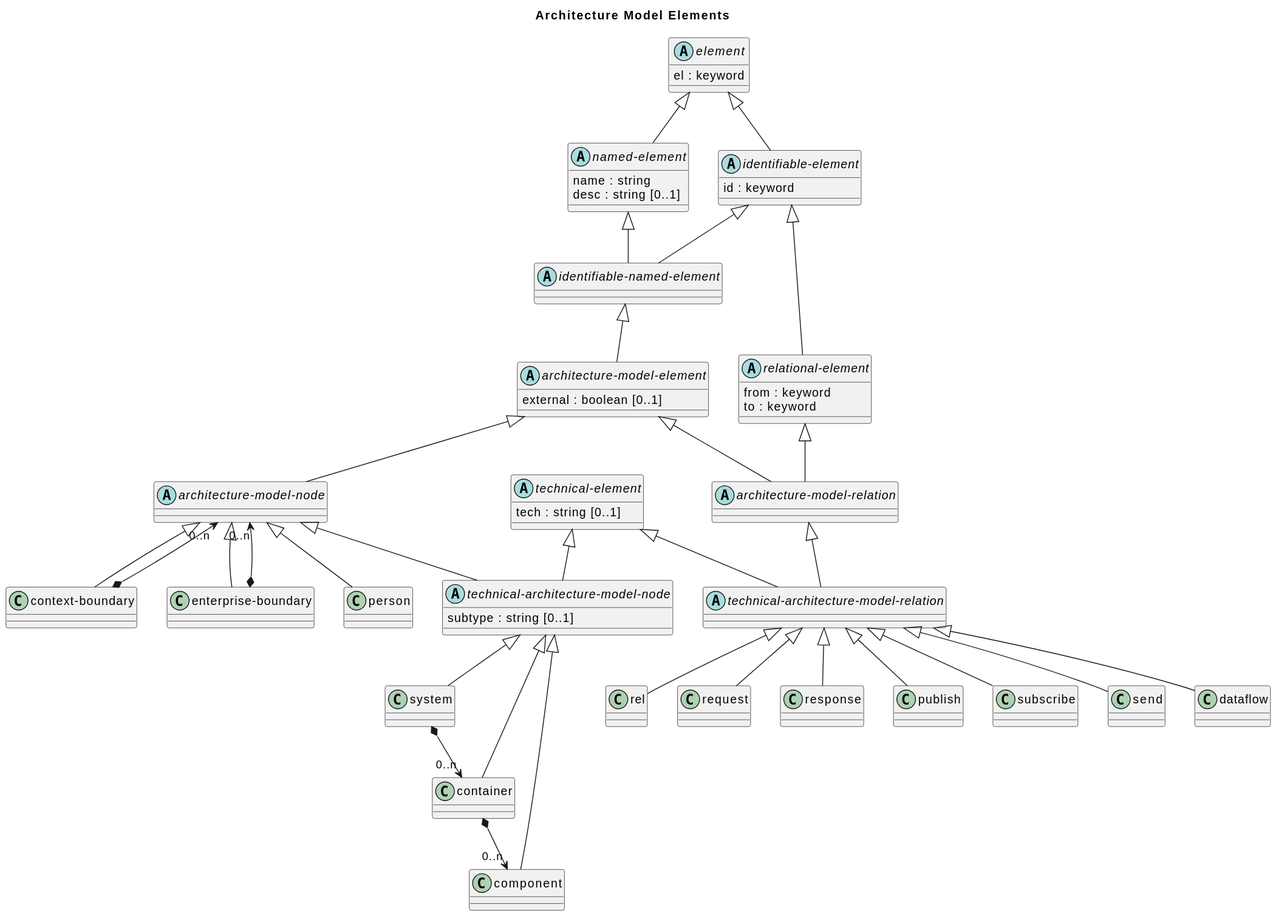
The PlantUML diagram doc/images/overarch/data-model/architecture-model-elements.svg in soulspace-org/overarch, before a commit.
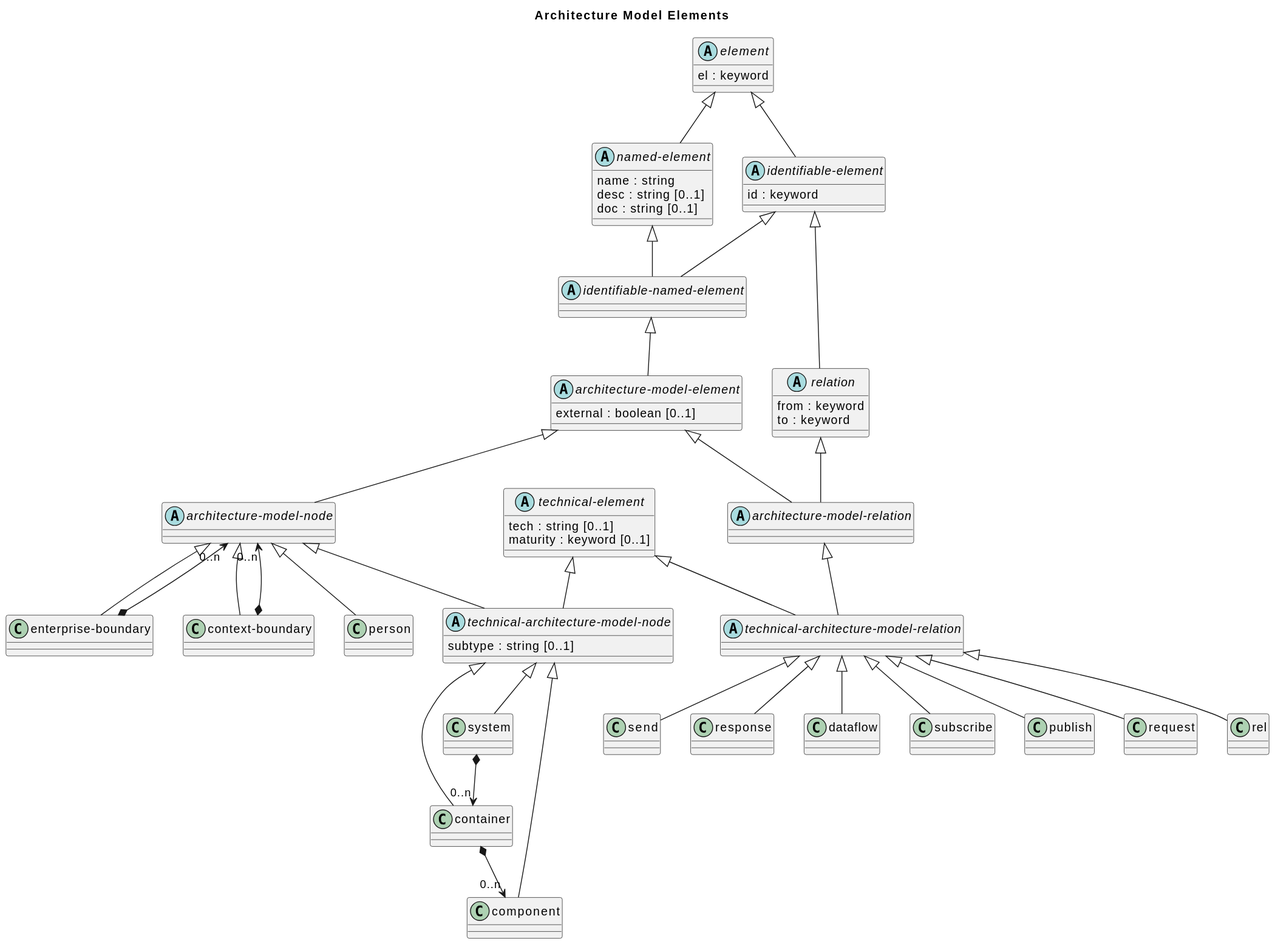
After the change.

Commit message:
updated data model and diagrams

The edit, as a diff of the source:
```diff
@@ -1,53 +1,56 @@
 @startuml
 title Architecture Model Elements
+
+abstract class "identifiable-named-element" as overarch_dataModel_identifiableNamedElement {}
+class "enterprise-boundary" as overarch_dataModel_enterpriseBoundary {}
+class "publish" as overarch_dataModel_publish {}
+class "system" as overarch_dataModel_system {}
+class "request" as overarch_dataModel_request {}
+class "rel" as overarch_dataModel_rel {}
+abstract class "architecture-model-node" as overarch_dataModel_architectureModelNode {}
 abstract class "element" as overarch_dataModel_element {
   el : keyword
 }
-abstract class "identifiable-element" as overarch_dataModel_identifiableElement {
-  id : keyword
+abstract class "technical-architecture-model-node" as overarch_dataModel_technicalArchitectureModelNode {
+  subtype : string [0..1]
 }
+class "component" as overarch_dataModel_component {}
+abstract class "architecture-model-relation" as overarch_dataModel_architectureModelRelation {}
+class "send" as overarch_dataModel_send {}
+class "response" as overarch_dataModel_response {}
+abstract class "relation" as overarch_dataModel_relation {
+  from : keyword
+  to : keyword
+}
+class "dataflow" as overarch_dataModel_dataflow {}
+class "context-boundary" as overarch_dataModel_contextBoundary {}
 abstract class "named-element" as overarch_dataModel_namedElement {
   name : string
   desc : string [0..1]
+  doc : string [0..1]
 }
-abstract class "identifiable-named-element" as overarch_dataModel_identifiableNamedElement {}
-abstract class "relational-element" as overarch_dataModel_relationalElement {
-  from : keyword
-  to : keyword
-}
-abstract class "technical-element" as overarch_dataModel_technicalElement {
-  tech : string [0..1]
+class "subscribe" as overarch_dataModel_subscribe {}
+abstract class "identifiable-element" as overarch_dataModel_identifiableElement {
+  id : keyword
 }
 abstract class "architecture-model-element" as overarch_dataModel_architectureModelElement {
   external : boolean [0..1]
 }
-abstract class "architecture-model-node" as overarch_dataModel_architectureModelNode {}
-abstract class "architecture-model-relation" as overarch_dataModel_architectureModelRelation {}
-abstract class "technical-architecture-model-node" as overarch_dataModel_technicalArchitectureModelNode {
-  subtype : string [0..1]
+abstract class "technical-architecture-model-relation" as overarch_dataModel_technicalArchitectureModelRelation {}
+abstract class "technical-element" as overarch_dataModel_technicalElement {
+  tech : string [0..1]
+  maturity : keyword [0..1]
 }
-abstract class "technical-architecture-model-relation" as overarch_dataModel_technicalArchitectureModelRelation {}
-class "context-boundary" as overarch_dataModel_contextBoundary {}
-class "enterprise-boundary" as overarch_dataModel_enterpriseBoundary {}
 class "person" as overarch_dataModel_person {}
-class "system" as overarch_dataModel_system {}
 class "container" as overarch_dataModel_container {}
-class "component" as overarch_dataModel_component {}
-class "rel" as overarch_dataModel_rel {}
-class "request" as overarch_dataModel_request {}
-class "response" as overarch_dataModel_response {}
-class "publish" as overarch_dataModel_publish {}
-class "subscribe" as overarch_dataModel_subscribe {}
-class "send" as overarch_dataModel_send {}
-class "dataflow" as overarch_dataModel_dataflow {}
 overarch_dataModel_element <|-- overarch_dataModel_identifiableElement
 overarch_dataModel_element <|-- overarch_dataModel_namedElement
 overarch_dataModel_identifiableElement <|-- overarch_dataModel_identifiableNamedElement
 overarch_dataModel_namedElement <|-- overarch_dataModel_identifiableNamedElement
-overarch_dataModel_identifiableElement <|-- overarch_dataModel_relationalElement
+overarch_dataModel_identifiableElement <|-- overarch_dataModel_relation
 overarch_dataModel_identifiableNamedElement <|-- overarch_dataModel_architectureModelElement
 overarch_dataModel_architectureModelElement <|-- overarch_dataModel_architectureModelNode
-overarch_dataModel_relationalElement <|-- overarch_dataModel_architectureModelRelation
+overarch_dataModel_relation <|-- overarch_dataModel_architectureModelRelation
 overarch_dataModel_architectureModelElement <|-- overarch_dataModel_architectureModelRelation
 overarch_dataModel_architectureModelNode <|-- overarch_dataModel_technicalArchitectureModelNode
 overarch_dataModel_architectureModelRelation <|-- overarch_dataModel_technicalArchitectureModelRelation
```
